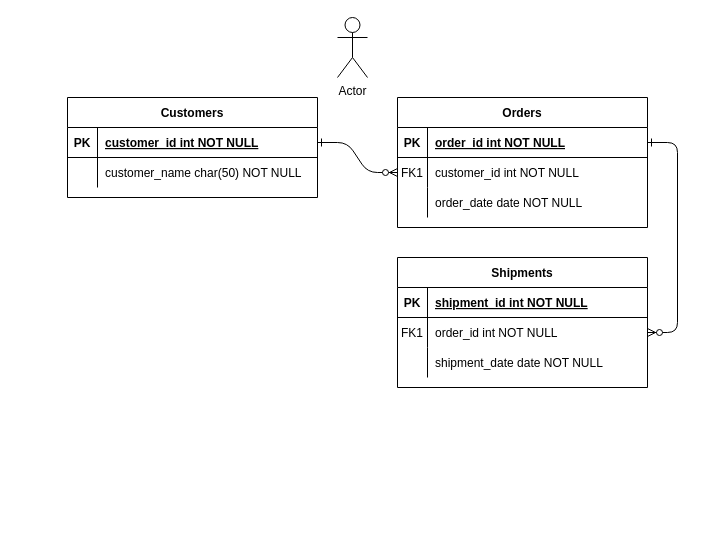
This is TakLikParking/Диаграмма без названия.drawio from reagafonov/TakLikParking, a draw.io file, before an edit. Source tidied: cells renumbered, new cells numbered last; positions are measured from the earlier drawing's top-left corner, leaving out a move shared by most shapes. Both pictures are drawn from the tidied source at 100%, with x=0, y=0 at pixel (67, 17).
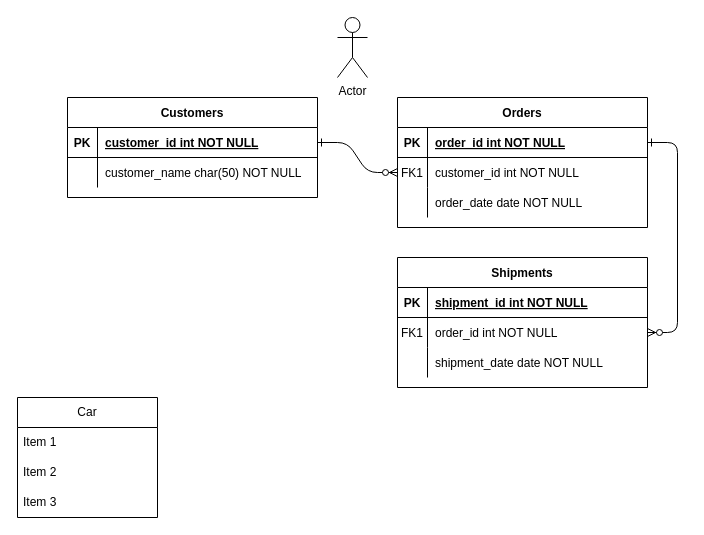
The same page after the edit.

What changed in the source:
```diff
@@
+    <mxCell id="32" value="Car" style="swimlane;fontStyle=0;horizontal=1;startSize=30;whiteSpace=wrap;html=1;" parent="1" vertex="1">
+      <mxGeometry x="-50" y="380" width="140" height="120" as="geometry" />
+    </mxCell>
+    <mxCell id="33" value="Item 1" style="text;strokeColor=none;fillColor=none;align=left;verticalAlign=middle;spacingLeft=4;spacingRight=4;overflow=hidden;whiteSpace=wrap;html=1;" parent="32" vertex="1">
+      <mxGeometry y="30" width="140" height="30" as="geometry" />
+    </mxCell>
+    <mxCell id="34" value="Item 2" style="text;strokeColor=none;fillColor=none;align=left;verticalAlign=middle;spacingLeft=4;spacingRight=4;overflow=hidden;whiteSpace=wrap;html=1;" parent="32" vertex="1">
+      <mxGeometry y="60" width="140" height="30" as="geometry" />
+    </mxCell>
+    <mxCell id="35" value="Item 3" style="text;strokeColor=none;fillColor=none;align=left;verticalAlign=middle;spacingLeft=4;spacingRight=4;overflow=hidden;whiteSpace=wrap;html=1;" parent="32" vertex="1">
+      <mxGeometry y="90" width="140" height="30" as="geometry" />
+    </mxCell>
```
